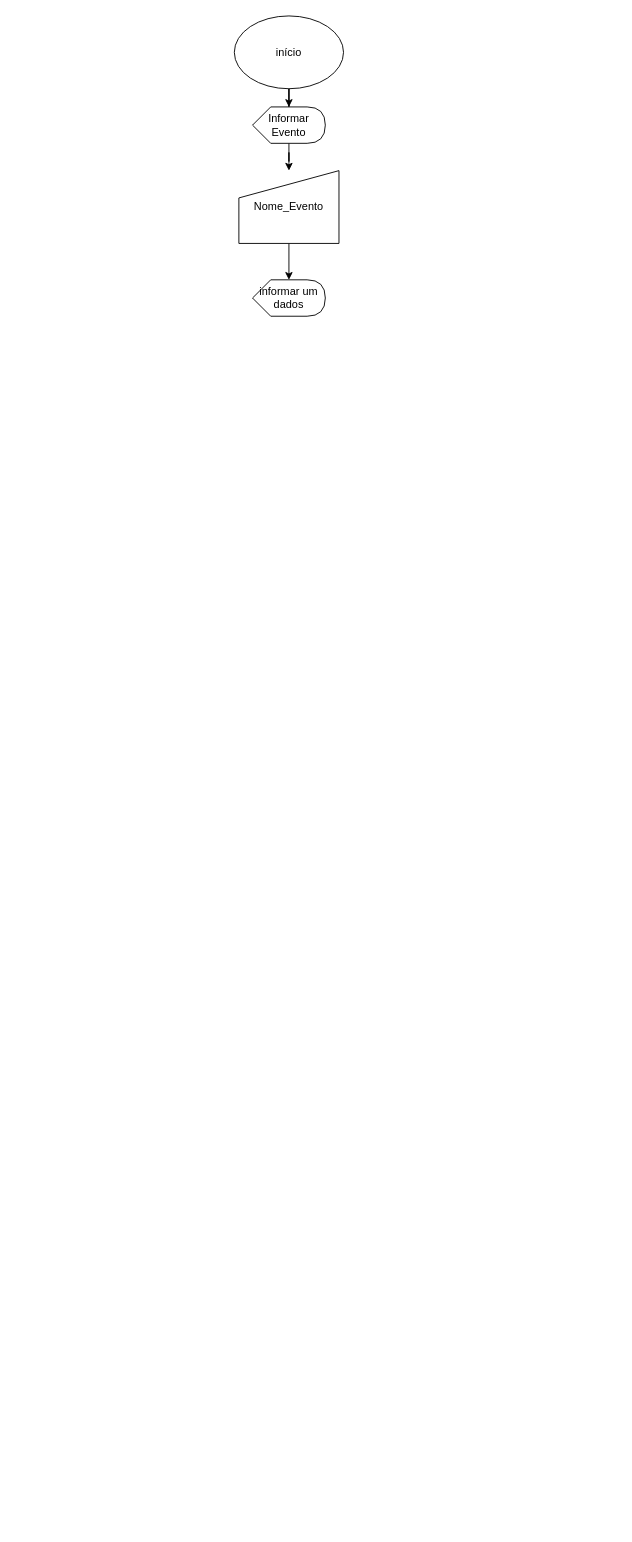
The draw.io diagram Untitled Diagram.drawio in Programeixon/senai-versoes-colaboracoes, before the edit. Source tidied: cells renumbered, new cells numbered last; positions are measured from the earlier drawing's top-left corner, leaving out a move shared by most shapes. Both pictures are drawn from the tidied source at 91%, with x=0, y=0 at pixel (234, 15).
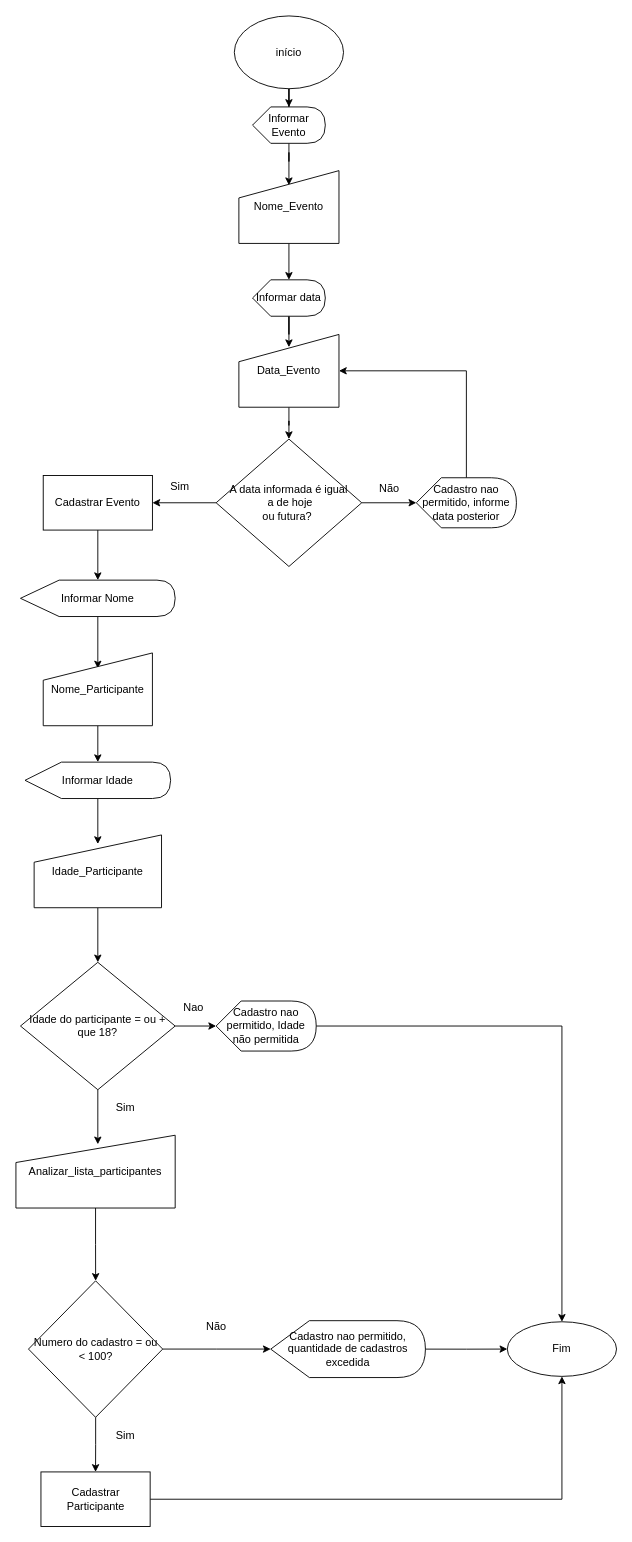
After the change.

Unchanged cells that the change refers to:
```xml
<mxCell id="5" value="&lt;font&gt;Informar Evento&lt;/font&gt;" style="shape=display;whiteSpace=wrap;html=1;" parent="1" vertex="1">
  <mxGeometry x="20" y="100" width="80" height="40" as="geometry" />
</mxCell>
<mxCell id="7" value="Nome_Evento" style="shape=manualInput;whiteSpace=wrap;html=1;" parent="1" vertex="1">
  <mxGeometry x="5" y="170" width="110" height="80" as="geometry" />
</mxCell>
```

Change to the diagram source:
```diff
@@
-    <mxCell id="4" style="edgeStyle=orthogonalEdgeStyle;rounded=0;jettySize=auto;html=1;" parent="1" edge="1" source="5" target="7">
+    <mxCell id="4" style="edgeStyle=orthogonalEdgeStyle;rounded=0;jettySize=auto;html=1;entryX=0.5;entryY=0.2;entryDx=0;entryDy=0;entryPerimeter=0;" parent="1" edge="1" source="5" target="7">
       <mxGeometry relative="1" as="geometry" />
     </mxCell>
@@
-    <mxCell id="6" style="edgeStyle=orthogonalEdgeStyle;rounded=0;jettySize=auto;html=1;" parent="1" edge="1" source="7" target="8">
-      <mxGeometry relative="1" as="geometry" />
-    </mxCell>
+    <mxCell id="9" style="edgeStyle=orthogonalEdgeStyle;rounded=0;jettySize=auto;html=1;" parent="1" edge="1" source="7" target="11">
+      <mxGeometry relative="1" as="geometry" />
+    </mxCell>
@@
-    <mxCell id="8" value=" informar um dados" style="shape=display;whiteSpace=wrap;html=1;" parent="1" vertex="1">
-      <mxGeometry x="20" y="290" width="80" height="40" as="geometry" />
-    </mxCell>
+    <mxCell id="10" style="edgeStyle=orthogonalEdgeStyle;rounded=0;jettySize=auto;html=1;entryX=0.5;entryY=0.175;entryDx=0;entryDy=0;entryPerimeter=0;" parent="1" edge="1" source="11" target="13">
+      <mxGeometry relative="1" as="geometry" />
+    </mxCell>
+    <mxCell id="11" value="Informar data" style="shape=display;whiteSpace=wrap;html=1;" parent="1" vertex="1">
+      <mxGeometry x="20" y="290" width="80" height="40" as="geometry" />
+    </mxCell>
+    <mxCell id="12" style="edgeStyle=orthogonalEdgeStyle;rounded=0;jettySize=auto;html=1;" parent="1" edge="1" source="13" target="16">
+      <mxGeometry relative="1" as="geometry" />
+    </mxCell>
+    <mxCell id="13" value="Data_Evento" style="shape=manualInput;whiteSpace=wrap;html=1;" parent="1" vertex="1">
+      <mxGeometry x="5" y="350" width="110" height="80" as="geometry" />
+    </mxCell>
+    <mxCell id="14" style="edgeStyle=orthogonalEdgeStyle;rounded=0;jettySize=auto;html=1;entryX=0;entryY=0.5;entryDx=0;entryDy=0;entryPerimeter=0;" parent="1" edge="1" source="16" target="18">
+      <mxGeometry relative="1" as="geometry" />
+    </mxCell>
+    <mxCell id="15" style="edgeStyle=orthogonalEdgeStyle;rounded=0;jettySize=auto;html=1;" parent="1" edge="1" source="16" target="25">
+      <mxGeometry relative="1" as="geometry" />
+    </mxCell>
+    <mxCell id="16" value="A data informada é igual&lt;br&gt;&amp;nbsp;a de hoje &lt;br&gt;ou futura?&amp;nbsp;" style="rhombus;whiteSpace=wrap;html=1;" parent="1" vertex="1">
+      <mxGeometry x="-20" y="465" width="160" height="140" as="geometry" />
+    </mxCell>
+    <mxCell id="17" style="edgeStyle=orthogonalEdgeStyle;rounded=0;jettySize=auto;html=1;entryX=1;entryY=0.5;entryDx=0;entryDy=0;" parent="1" edge="1" source="18" target="13">
+      <mxGeometry relative="1" as="geometry">
+        <Array as="points">
+          <mxPoint x="255" y="390" />
+        </Array>
+      </mxGeometry>
+    </mxCell>
+    <mxCell id="18" value="Cadastro nao permitido, informe data posterior" style="shape=display;whiteSpace=wrap;html=1;" parent="1" vertex="1">
+      <mxGeometry x="200" y="507.5" width="110" height="55" as="geometry" />
+    </mxCell>
+    <mxCell id="19" style="edgeStyle=orthogonalEdgeStyle;rounded=0;jettySize=auto;html=1;entryX=0.5;entryY=0.213;entryDx=0;entryDy=0;entryPerimeter=0;" parent="1" edge="1" source="20" target="28">
+      <mxGeometry relative="1" as="geometry" />
+    </mxCell>
+    <mxCell id="20" value="Informar Nome" style="shape=display;whiteSpace=wrap;html=1;" parent="1" vertex="1">
+      <mxGeometry x="-235" y="620" width="170" height="40" as="geometry" />
+    </mxCell>
+    <mxCell id="21" style="edgeStyle=orthogonalEdgeStyle;rounded=0;jettySize=auto;html=1;" parent="1" edge="1" source="22">
+      <mxGeometry relative="1" as="geometry">
+        <mxPoint x="-150" y="910" as="targetPoint" />
+        <Array as="points">
+          <mxPoint x="-150" y="830" />
+          <mxPoint x="-150" y="830" />
+        </Array>
+      </mxGeometry>
+    </mxCell>
+    <mxCell id="22" value="Informar Idade" style="shape=display;whiteSpace=wrap;html=1;" parent="1" vertex="1">
+      <mxGeometry x="-230" y="820" width="160" height="40" as="geometry" />
+    </mxCell>
+    <mxCell id="23" value="Não" style="text;html=1;align=center;verticalAlign=middle;strokeColor=none;fillColor=none;" parent="1" vertex="1">
+      <mxGeometry x="150" y="510" width="40" height="20" as="geometry" />
+    </mxCell>
+    <mxCell id="24" style="edgeStyle=orthogonalEdgeStyle;rounded=0;jettySize=auto;html=1;" parent="1" edge="1" source="25" target="20">
+      <mxGeometry relative="1" as="geometry" />
+    </mxCell>
+    <mxCell id="25" value="Cadastrar Evento" style="whiteSpace=wrap;html=1;" parent="1" vertex="1">
+      <mxGeometry x="-210" y="505" width="120" height="60" as="geometry" />
+    </mxCell>
+    <mxCell id="26" value="Sim&lt;br&gt;" style="text;html=1;align=center;verticalAlign=middle;strokeColor=none;fillColor=none;" parent="1" vertex="1">
+      <mxGeometry x="-80" y="507.5" width="40" height="20" as="geometry" />
+    </mxCell>
+    <mxCell id="27" style="edgeStyle=orthogonalEdgeStyle;rounded=0;jettySize=auto;html=1;" parent="1" edge="1" source="28" target="22">
+      <mxGeometry relative="1" as="geometry" />
+    </mxCell>
+    <mxCell id="28" value="Nome_Participante" style="shape=manualInput;whiteSpace=wrap;html=1;" parent="1" vertex="1">
+      <mxGeometry x="-210" y="700" width="120" height="80" as="geometry" />
+    </mxCell>
+    <mxCell id="29" style="edgeStyle=orthogonalEdgeStyle;rounded=0;jettySize=auto;html=1;" parent="1" edge="1" source="30" target="33">
+      <mxGeometry relative="1" as="geometry" />
+    </mxCell>
+    <mxCell id="30" value="Idade_Participante" style="shape=manualInput;whiteSpace=wrap;html=1;" parent="1" vertex="1">
+      <mxGeometry x="-220" y="900" width="140" height="80" as="geometry" />
+    </mxCell>
+    <mxCell id="31" style="edgeStyle=orthogonalEdgeStyle;rounded=0;jettySize=auto;html=1;" parent="1" edge="1" source="33" target="35">
+      <mxGeometry relative="1" as="geometry" />
+    </mxCell>
+    <mxCell id="32" style="edgeStyle=orthogonalEdgeStyle;rounded=0;jettySize=auto;html=1;" parent="1" edge="1" source="33">
+      <mxGeometry relative="1" as="geometry">
+        <mxPoint x="-150" y="1240" as="targetPoint" />
+      </mxGeometry>
+    </mxCell>
+    <mxCell id="33" value="Idade do participante = ou + que 18?" style="rhombus;whiteSpace=wrap;html=1;" parent="1" vertex="1">
+      <mxGeometry x="-235" y="1040" width="170" height="140" as="geometry" />
+    </mxCell>
+    <mxCell id="34" style="edgeStyle=orthogonalEdgeStyle;rounded=0;jettySize=auto;html=1;" parent="1" edge="1" source="35" target="38">
+      <mxGeometry relative="1" as="geometry" />
+    </mxCell>
+    <mxCell id="35" value="Cadastro nao permitido, Idade não permitida" style="shape=display;whiteSpace=wrap;html=1;" parent="1" vertex="1">
+      <mxGeometry x="-20" y="1082.5" width="110" height="55" as="geometry" />
+    </mxCell>
+    <mxCell id="36" value="Nao" style="text;html=1;align=center;verticalAlign=middle;strokeColor=none;fillColor=none;" parent="1" vertex="1">
+      <mxGeometry x="-65" y="1080" width="40" height="20" as="geometry" />
+    </mxCell>
+    <mxCell id="37" value="Sim" style="text;html=1;align=center;verticalAlign=middle;strokeColor=none;fillColor=none;" parent="1" vertex="1">
+      <mxGeometry x="-140" y="1190" width="40" height="20" as="geometry" />
+    </mxCell>
+    <mxCell id="38" value="Fim" style="ellipse;whiteSpace=wrap;html=1;" parent="1" vertex="1">
+      <mxGeometry x="300" y="1435" width="120" height="60" as="geometry" />
+    </mxCell>
+    <mxCell id="39" style="edgeStyle=orthogonalEdgeStyle;rounded=0;jettySize=auto;html=1;" parent="1" edge="1" source="40" target="43">
+      <mxGeometry relative="1" as="geometry" />
+    </mxCell>
+    <mxCell id="40" value="Analizar_lista_participantes" style="shape=manualInput;whiteSpace=wrap;html=1;" parent="1" vertex="1">
+      <mxGeometry x="-240" y="1230" width="175" height="80" as="geometry" />
+    </mxCell>
+    <mxCell id="41" style="edgeStyle=orthogonalEdgeStyle;rounded=0;jettySize=auto;html=1;entryX=0;entryY=0.5;entryDx=0;entryDy=0;" parent="1" edge="1" source="43">
+      <mxGeometry relative="1" as="geometry">
+        <mxPoint x="40" y="1465" as="targetPoint" />
+      </mxGeometry>
+    </mxCell>
+    <mxCell id="42" style="edgeStyle=orthogonalEdgeStyle;rounded=0;jettySize=auto;html=1;" parent="1" edge="1" source="43">
+      <mxGeometry relative="1" as="geometry">
+        <mxPoint x="-152.5" y="1600" as="targetPoint" />
+      </mxGeometry>
+    </mxCell>
+    <mxCell id="43" value="Numero do cadastro = ou &amp;lt; 100?" style="rhombus;whiteSpace=wrap;html=1;" parent="1" vertex="1">
+      <mxGeometry x="-226.2" y="1390" width="147.5" height="150" as="geometry" />
+    </mxCell>
+    <mxCell id="44" style="edgeStyle=orthogonalEdgeStyle;rounded=0;jettySize=auto;html=1;entryX=0.5;entryY=1;entryDx=0;entryDy=0;exitX=1;exitY=0.5;exitDx=0;exitDy=0;" parent="1" edge="1" source="48" target="38">
+      <mxGeometry relative="1" as="geometry" />
+    </mxCell>
+    <mxCell id="45" value="Sim" style="text;html=1;align=center;verticalAlign=middle;strokeColor=none;fillColor=none;" parent="1" vertex="1">
+      <mxGeometry x="-140" y="1550" width="40" height="20" as="geometry" />
+    </mxCell>
+    <mxCell id="46" value="Não" style="text;html=1;align=center;verticalAlign=middle;strokeColor=none;fillColor=none;" parent="1" vertex="1">
+      <mxGeometry x="-40" y="1430" width="40" height="20" as="geometry" />
+    </mxCell>
+    <mxCell id="47" style="edgeStyle=orthogonalEdgeStyle;rounded=0;jettySize=auto;html=1;exitX=1;exitY=0.5;exitDx=0;exitDy=0;exitPerimeter=0;" parent="1" edge="1" source="49" target="38">
+      <mxGeometry relative="1" as="geometry" />
+    </mxCell>
+    <mxCell id="48" value="Cadastrar Participante" style="whiteSpace=wrap;html=1;" parent="1" vertex="1">
+      <mxGeometry x="-212.5" y="1600" width="120" height="60" as="geometry" />
+    </mxCell>
+    <mxCell id="49" value="Cadastro nao permitido, quantidade de cadastros excedida" style="shape=display;whiteSpace=wrap;html=1;" parent="1" vertex="1">
+      <mxGeometry x="40" y="1433.8" width="170" height="62.5" as="geometry" />
+    </mxCell>
```
